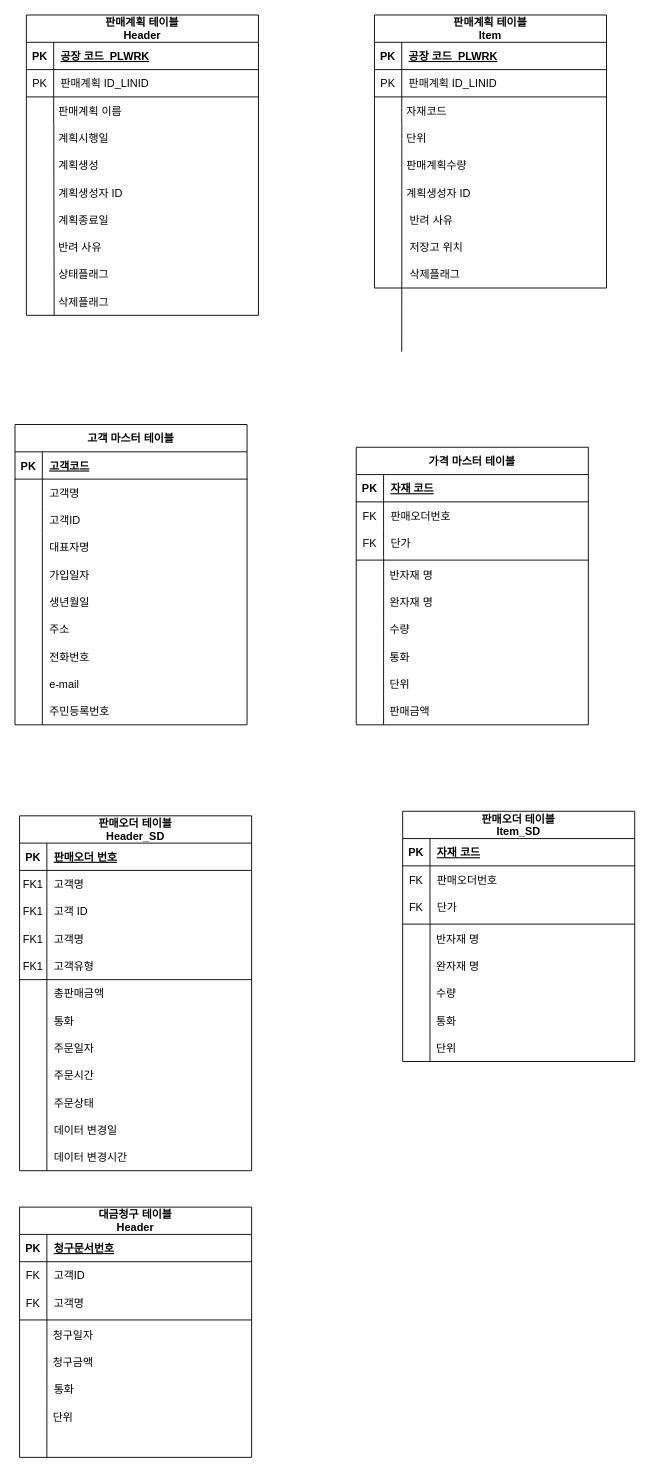
Earlier version of the draw.io diagram ERD.drawio (theboxx/haha). Source tidied: cells renumbered, new cells numbered last; positions are measured from the earlier drawing's top-left corner, leaving out a move shared by most shapes. Both pictures are drawn from the tidied source at 91%, with x=0, y=0 at pixel (15, 15).
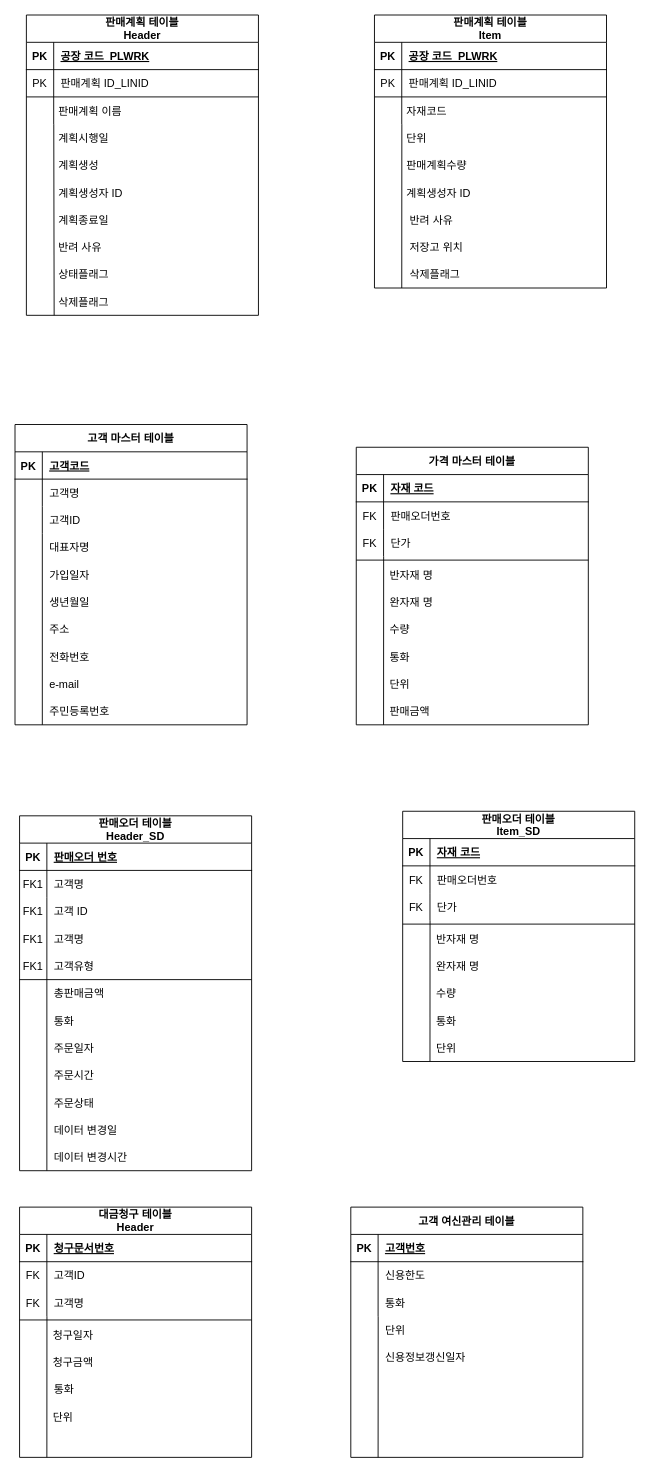
After the change.

Unchanged cells that the change refers to:
```xml
<mxCell id="104" style="shape=partialRectangle;fillColor=none;points=[[0,0.5],[1,0.5]];portConstraint=eastwest;top=0;left=0;right=0;bottom=0;" parent="97" vertex="1">
  <mxGeometry y="90" width="255" height="30" as="geometry" />
</mxCell>
```

Change to the diagram source:
```diff
@@
     <mxCell id="107" style="endArrow=none;html=1;rounded=0;entryX=0.118;entryY=1;entryDx=0;entryDy=0;entryPerimeter=0;" parent="1" edge="1" target="104">
       <mxGeometry relative="1" as="geometry">
-        <mxPoint x="425" y="370" as="sourcePoint" />
+        <mxPoint x="425" y="300" as="sourcePoint" />
       </mxGeometry>
     </mxCell>
@@
+    <mxCell id="133" value="고객 여신관리 테이블" style="shape=table;startSize=30;childLayout=tableLayout;rowLines=0;fontStyle=1;align=center;" parent="1" vertex="1">
+      <mxGeometry x="369" y="1310" width="255" height="275" as="geometry" />
+    </mxCell>
+    <mxCell id="134" style="shape=partialRectangle;fillColor=none;top=0;left=0;right=0;bottom=1;" parent="133" vertex="1">
+      <mxGeometry y="30" width="255" height="30" as="geometry" />
+    </mxCell>
+    <mxCell id="135" value="PK" style="shape=partialRectangle;overflow=hidden;fillColor=none;top=0;left=0;bottom=0;right=0;fontStyle=1;" parent="134" vertex="1">
+      <mxGeometry width="30" height="30" as="geometry" />
+    </mxCell>
+    <mxCell id="136" value="고객번호" style="shape=partialRectangle;overflow=hidden;fillColor=none;top=0;left=0;bottom=0;right=0;align=left;spacingLeft=6;fontStyle=5;" parent="134" vertex="1">
+      <mxGeometry x="30" width="225" height="30" as="geometry" />
+    </mxCell>
+    <mxCell id="137" style="shape=partialRectangle;fillColor=none;top=0;left=0;right=0;bottom=0;" parent="133" vertex="1">
+      <mxGeometry y="60" width="255" height="30" as="geometry" />
+    </mxCell>
+    <mxCell id="138" style="shape=partialRectangle;overflow=hidden;fillColor=none;top=0;left=0;bottom=0;right=0;" parent="137" vertex="1">
+      <mxGeometry width="30" height="30" as="geometry" />
+    </mxCell>
+    <mxCell id="139" style="shape=partialRectangle;overflow=hidden;fillColor=none;top=0;left=0;bottom=0;right=0;align=left;spacingLeft=6;" parent="137" vertex="1">
+      <mxGeometry x="30" width="225" height="30" as="geometry" />
+    </mxCell>
+    <mxCell id="140" style="shape=partialRectangle;fillColor=none;points=[[0,0.5],[1,0.5]];portConstraint=eastwest;top=0;left=0;right=0;bottom=0;" parent="133" vertex="1">
+      <mxGeometry y="90" width="255" height="30" as="geometry" />
+    </mxCell>
+    <mxCell id="141" style="shape=partialRectangle;overflow=hidden;fillColor=none;top=0;left=0;bottom=0;right=0;" parent="140" vertex="1">
+      <mxGeometry width="30" height="30" as="geometry" />
+    </mxCell>
+    <mxCell id="142" style="shape=partialRectangle;overflow=hidden;fillColor=none;top=0;left=0;bottom=0;right=0;align=left;spacingLeft=6;" parent="140" vertex="1">
+      <mxGeometry x="30" width="225" height="30" as="geometry" />
+    </mxCell>
+    <mxCell id="143" style="endArrow=none;html=1;rounded=0;entryX=0.118;entryY=1;entryDx=0;entryDy=0;entryPerimeter=0;" parent="1" edge="1" target="140">
+      <mxGeometry relative="1" as="geometry">
+        <mxPoint x="399" y="1585" as="sourcePoint" />
+      </mxGeometry>
+    </mxCell>
+    <mxCell id="144" value="신용한도" style="shape=partialRectangle;overflow=hidden;fillColor=none;top=0;left=0;bottom=0;right=0;align=left;spacingLeft=6;" parent="1" vertex="1">
+      <mxGeometry x="399" y="1370" width="220" height="30" as="geometry" />
+    </mxCell>
+    <mxCell id="145" value="통화" style="shape=partialRectangle;overflow=hidden;fillColor=none;top=0;left=0;bottom=0;right=0;align=left;spacingLeft=6;" parent="1" vertex="1">
+      <mxGeometry x="399" y="1400" width="220" height="30" as="geometry" />
+    </mxCell>
+    <mxCell id="146" value="단위" style="shape=partialRectangle;overflow=hidden;fillColor=none;top=0;left=0;bottom=0;right=0;align=left;spacingLeft=6;" parent="1" vertex="1">
+      <mxGeometry x="399" y="1430" width="220" height="30" as="geometry" />
+    </mxCell>
+    <mxCell id="147" value="신용정보갱신일자" style="shape=partialRectangle;overflow=hidden;fillColor=none;top=0;left=0;bottom=0;right=0;align=left;spacingLeft=6;" parent="1" vertex="1">
+      <mxGeometry x="399" y="1460" width="220" height="30" as="geometry" />
+    </mxCell>
```
